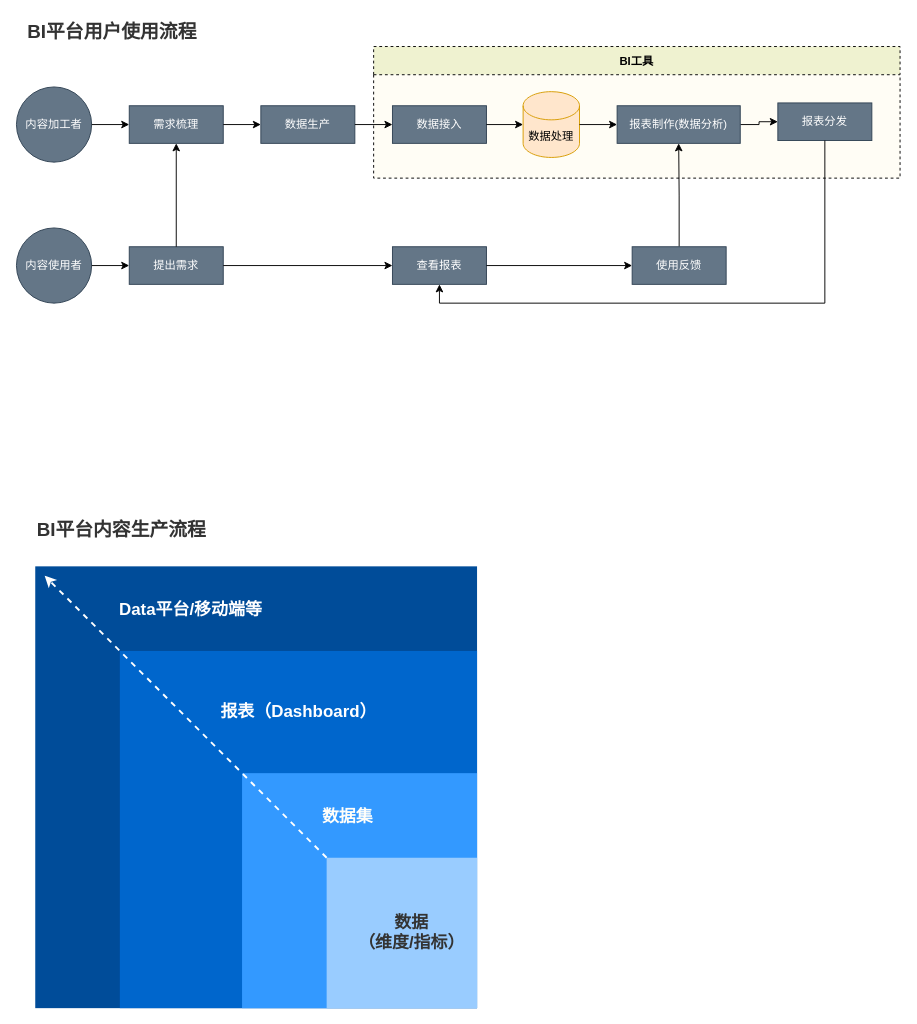
The draw.io diagram 未命名绘图.drawio in yangbe/diagrams, before the edit. Source tidied: cells renumbered, new cells numbered last; positions are measured from the earlier drawing's top-left corner, leaving out a move shared by most shapes. Both pictures are drawn from the tidied source at 94%, with x=0, y=0 at pixel (16, 16).
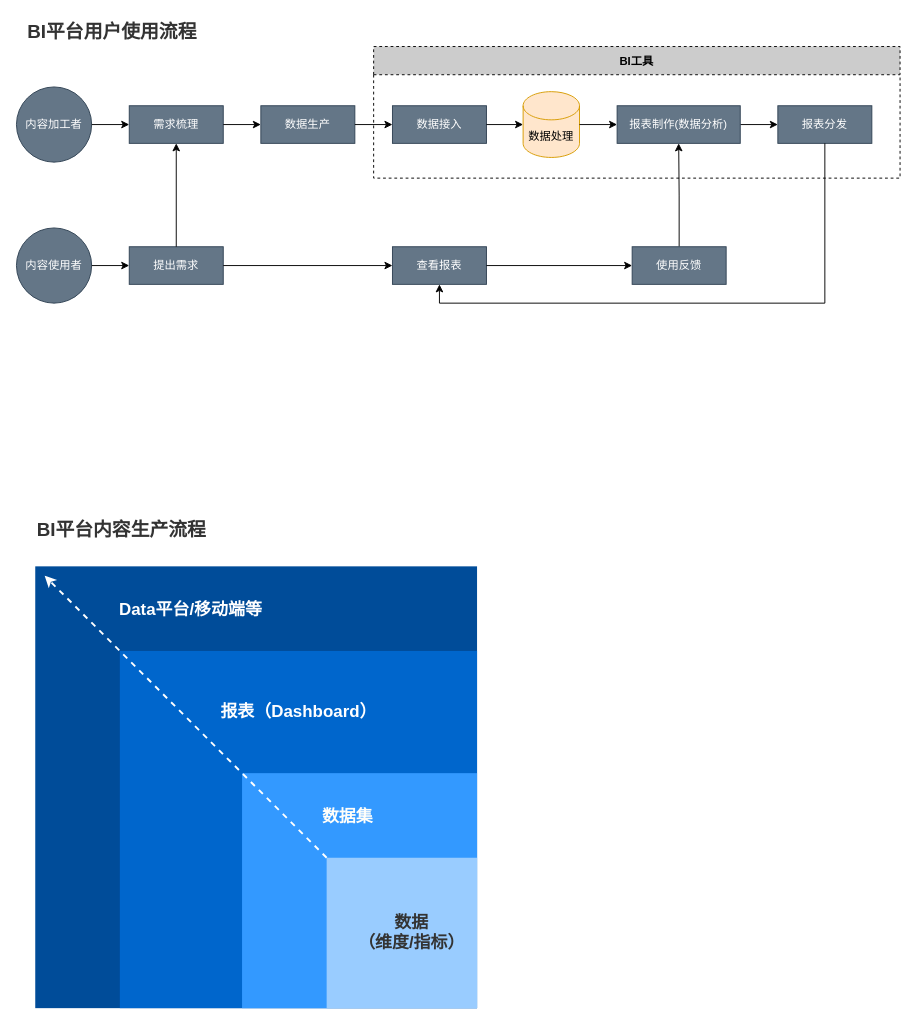
After the change.

Unchanged cells that the change refers to:
```xml
<mxCell id="2" style="group;" parent="1" vertex="1">
  <mxGeometry y="35" width="940" height="270" as="geometry" />
</mxCell>
```

Change to the diagram source:
```diff
@@
-    <mxCell id="3" value="BI工具" style="swimlane;dashed=1;swimlaneFillColor=#FFFDF5;fillColor=#EFF2D0;startSize=30;" parent="2" vertex="1">
+    <mxCell id="3" value="BI工具" style="swimlane;dashed=1;swimlaneFillColor=#FFFFFF;startSize=30;fillColor=#CCCCCC;" parent="2" vertex="1">
       <mxGeometry x="380" y="-3" width="560" height="140" as="geometry" />
     </mxCell>
     <mxCell id="4" value="报表分发" style="whiteSpace=wrap;html=1;fontColor=#ffffff;strokeColor=#314354;fillColor=#647687;" parent="3" vertex="1">
-      <mxGeometry x="430" y="60" width="100" height="40" as="geometry" />
+      <mxGeometry x="430" y="63" width="100" height="40" as="geometry" />
     </mxCell>
```
